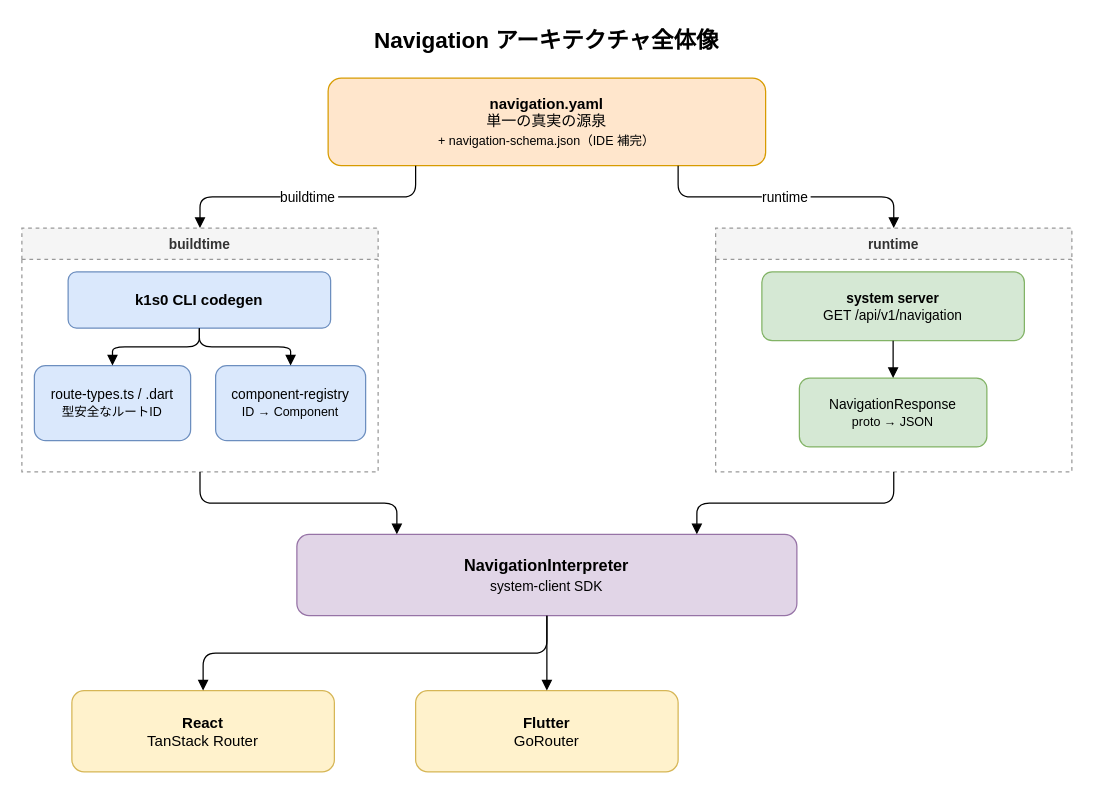
The draw.io diagram docs/diagrams/navigation-architecture.drawio in RyuheiKiso/k1s0, before the edit. Source tidied: cells renumbered, new cells numbered last; positions are measured from the earlier drawing's top-left corner, leaving out a move shared by most shapes. Both pictures are drawn from the tidied source at 125%, with x=0, y=0 at pixel (21, 21).
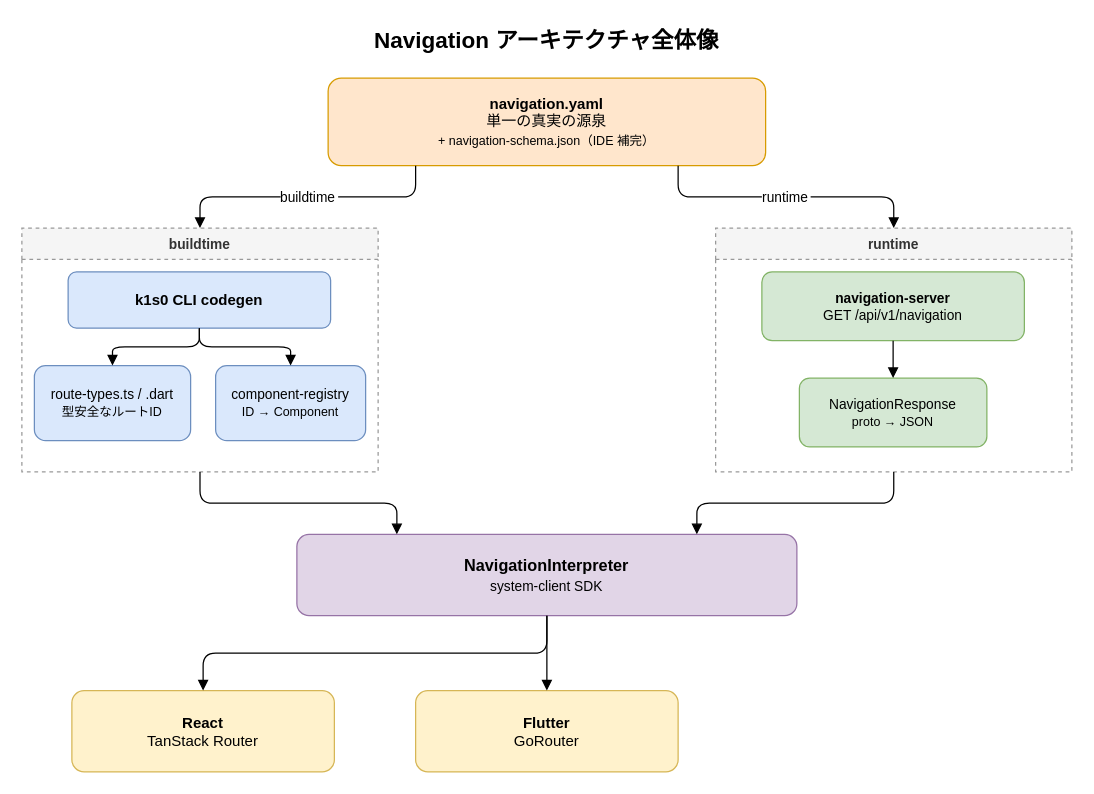
The same page after the edit.

The change refers to these unchanged cells:
```xml
<mxCell id="10" value="runtime" style="swimlane;startSize=25;fillColor=#f5f5f5;strokeColor=#999999;fontColor=#333333;fontStyle=1;fontSize=11;dashed=1;" parent="1" vertex="1">
  <mxGeometry x="555" y="165" width="285" height="195" as="geometry" />
</mxCell>
```

The edit, as a diff of the source:
```diff
@@
-    <mxCell id="11" value="&lt;b&gt;system server&lt;/b&gt;&lt;br&gt;GET /api/v1/navigation" style="rounded=1;whiteSpace=wrap;html=1;fillColor=#d5e8d4;strokeColor=#82b366;fontSize=11;" parent="10" vertex="1">
+    <mxCell id="11" value="&lt;b&gt;navigation-server&lt;/b&gt;&lt;br&gt;GET /api/v1/navigation" style="rounded=1;whiteSpace=wrap;html=1;fillColor=#d5e8d4;strokeColor=#82b366;fontSize=11;" parent="10" vertex="1">
       <mxGeometry x="37" y="35" width="210" height="55" as="geometry" />
     </mxCell>
```
